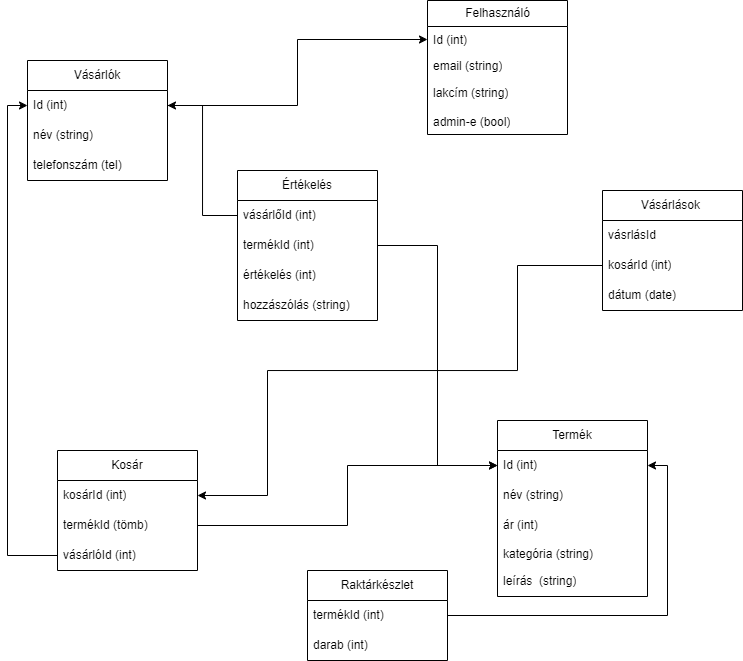
NoSignificantFrustration/RF1 keeps this draw.io diagram as adatbazisterv.drawio.png. Above is the earlier version. Source tidied: cells renumbered, new cells last; positions are measured from the earlier drawing's top-left corner, leaving out a move shared by most shapes.
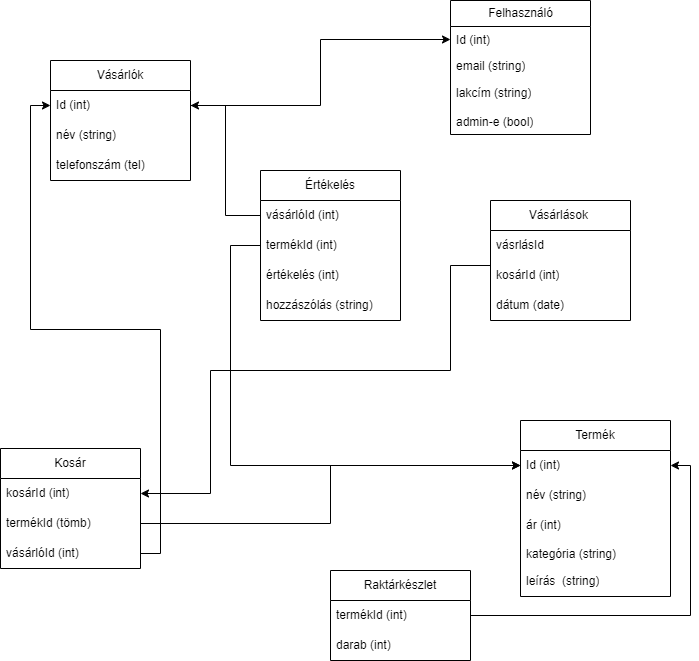
Later version of the same file.

The edit, as a diff of the source:
```diff
@@ -48,7 +48,7 @@
       <mxGeometry y="90" width="140" height="30" as="geometry" />
     </mxCell>
     <mxCell id="17" value="Kosár" style="swimlane;fontStyle=0;horizontal=1;startSize=30;whiteSpace=wrap;html=1;" parent="1" vertex="1">
-      <mxGeometry x="30" y="450" width="140" height="120" as="geometry" />
+      <mxGeometry x="-50" y="448" width="140" height="120" as="geometry" />
     </mxCell>
     <mxCell id="18" value="kosárId (int)" style="text;strokeColor=none;fillColor=none;align=left;verticalAlign=middle;spacingLeft=4;spacingRight=4;overflow=hidden;points=[[0,0.5],[1,0.5]];portConstraint=eastwest;whiteSpace=wrap;html=1;" parent="17" vertex="1">
       <mxGeometry y="30" width="140" height="30" as="geometry" />
@@ -60,7 +60,7 @@
       <mxGeometry y="90" width="140" height="30" as="geometry" />
     </mxCell>
     <mxCell id="21" value="Vásárlások&amp;nbsp;" style="swimlane;fontStyle=0;horizontal=1;startSize=30;whiteSpace=wrap;html=1;" parent="1" vertex="1">
-      <mxGeometry x="575" y="190" width="140" height="120" as="geometry" />
+      <mxGeometry x="440" y="200" width="140" height="120" as="geometry" />
     </mxCell>
     <mxCell id="22" value="vásrlásId" style="text;strokeColor=none;fillColor=none;align=left;verticalAlign=middle;spacingLeft=4;spacingRight=4;overflow=hidden;whiteSpace=wrap;html=1;" parent="21" vertex="1">
       <mxGeometry y="30" width="140" height="30" as="geometry" />
@@ -92,7 +92,7 @@
     <mxCell id="31" value="Értékelés" style="swimlane;fontStyle=0;horizontal=1;startSize=30;whiteSpace=wrap;html=1;" parent="1" vertex="1">
       <mxGeometry x="210" y="170" width="140" height="150" as="geometry" />
     </mxCell>
-    <mxCell id="32" value="vásárlőId (int)" style="text;strokeColor=none;fillColor=none;align=left;verticalAlign=middle;spacingLeft=4;spacingRight=4;overflow=hidden;points=[[0,0.5],[1,0.5]];portConstraint=eastwest;whiteSpace=wrap;html=1;" parent="31" vertex="1">
+    <mxCell id="32" value="vásárlóId (int)" style="text;strokeColor=none;fillColor=none;align=left;verticalAlign=middle;spacingLeft=4;spacingRight=4;overflow=hidden;points=[[0,0.5],[1,0.5]];portConstraint=eastwest;whiteSpace=wrap;html=1;" parent="31" vertex="1">
       <mxGeometry y="30" width="140" height="30" as="geometry" />
     </mxCell>
     <mxCell id="33" value="termékId (int)" style="text;strokeColor=none;fillColor=none;align=left;verticalAlign=middle;spacingLeft=4;spacingRight=4;overflow=hidden;points=[[0,0.5],[1,0.5]];portConstraint=eastwest;whiteSpace=wrap;html=1;" parent="31" vertex="1">
@@ -108,15 +108,20 @@
       <mxGeometry relative="1" as="geometry" />
     </mxCell>
     <mxCell id="37" style="edgeStyle=orthogonalEdgeStyle;rounded=0;jettySize=auto;html=1;" parent="1" edge="1" source="33" target="3">
-      <mxGeometry relative="1" as="geometry" />
+      <mxGeometry relative="1" as="geometry">
+        <Array as="points">
+          <mxPoint x="180" y="245" />
+          <mxPoint x="180" y="465" />
+        </Array>
+      </mxGeometry>
     </mxCell>
     <mxCell id="38" style="edgeStyle=orthogonalEdgeStyle;rounded=0;jettySize=auto;html=1;entryX=1;entryY=0.5;entryDx=0;entryDy=0;" parent="1" edge="1" source="23" target="18">
       <mxGeometry relative="1" as="geometry">
         <Array as="points">
-          <mxPoint x="490" y="265" />
-          <mxPoint x="490" y="370" />
-          <mxPoint x="240" y="370" />
-          <mxPoint x="240" y="495" />
+          <mxPoint x="400" y="265" />
+          <mxPoint x="400" y="370" />
+          <mxPoint x="160" y="370" />
+          <mxPoint x="160" y="493" />
         </Array>
       </mxGeometry>
     </mxCell>
```
